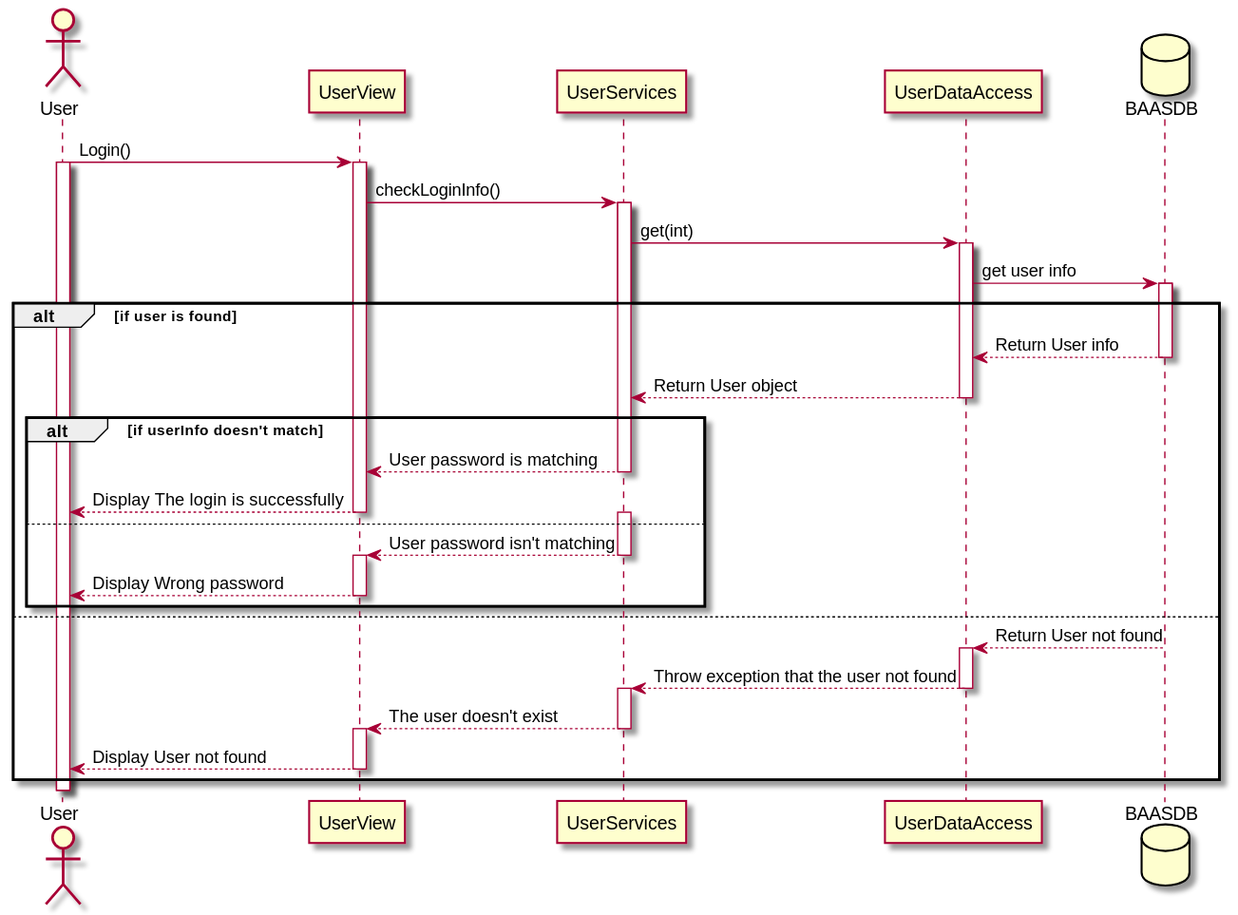
Earlier version of the PlantUML export Sequence Diagrams/svg/Login.svg (moazbasheer/BaaS_GP).
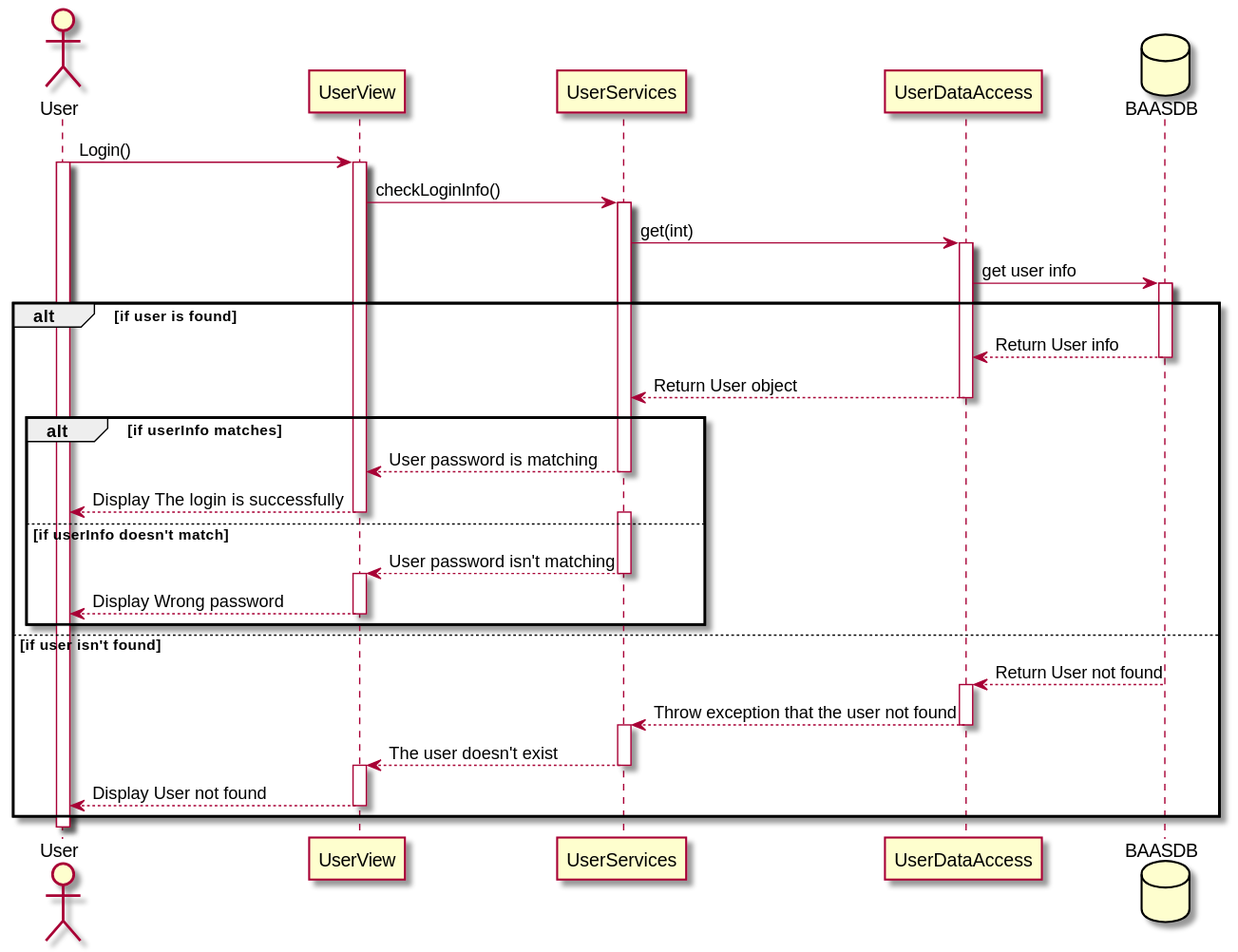
The same diagram one commit later.

The edit, as a diff of the source:
```diff
@@ -18,12 +18,12 @@
     deactivate BaasDB
     UserDataAccess --> UserServices : Return User object
     deactivate UserDataAccess
-    alt if userInfo doesn't match
+    alt if userInfo matches
       UserServices --> UserView: User password is matching
       deactivate UserServices
       UserView --> User : Display The login is successfully
       deactivate UserView
-    else
+    else if userInfo doesn't match
       activate UserServices
       UserServices --> UserView: User password isn't matching
       deactivate UserServices
@@ -31,7 +31,7 @@
       UserView --> User : Display Wrong password
       deactivate UserView
     end
-  else
+  else if user isn't found
     activate BaasDB
     BaasDB --> UserDataAccess : Return User not found
     deactivate BaasDB
```
